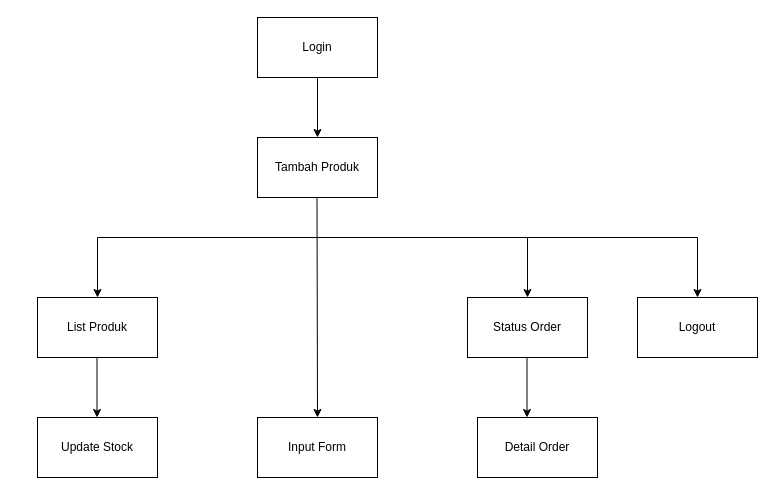
Before: docs/navigation/admin-navigasi.drawio in EvandriRidho/Rizquna-Bakery, a draw.io diagram. Source tidied: cells renumbered, new cells numbered last; positions are measured from the earlier drawing's top-left corner, leaving out a move shared by most shapes. Both pictures are drawn from the tidied source at 100%, with x=0, y=0 at pixel (37, 17).
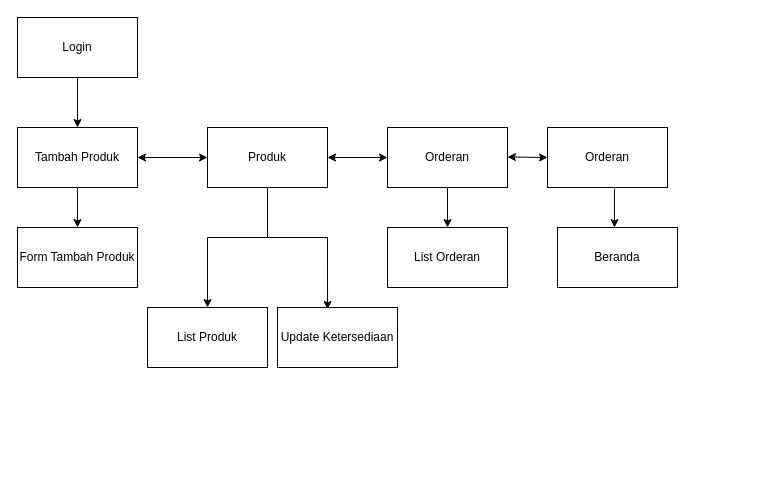
Above is the later version.

Commit message (it also covers changes not shown here):
docs (diagram) : updated admin and user structured naviagtion

Change to the diagram source:
```diff
@@
     <mxCell id="2" value="Login" style="rounded=0;whiteSpace=wrap;html=1;" parent="1" vertex="1">
-      <mxGeometry x="220" width="120" height="60" as="geometry" />
+      <mxGeometry x="-20" width="120" height="60" as="geometry" />
     </mxCell>
-    <mxCell id="3" style="endArrow=classic;html=1;rounded=0;" parent="1" edge="1" source="2">
-      <mxGeometry relative="1" as="geometry">
-        <mxPoint x="280" y="120" as="targetPoint" />
-      </mxGeometry>
+    <mxCell id="3" style="endArrow=classic;html=1;rounded=0;" parent="1" edge="1" source="2" target="4">
+      <mxGeometry relative="1" as="geometry" />
     </mxCell>
     <mxCell id="4" value="Tambah Produk" style="rounded=0;whiteSpace=wrap;html=1;" parent="1" vertex="1">
-      <mxGeometry x="220" y="120" width="120" height="60" as="geometry" />
+      <mxGeometry x="-20" y="110" width="120" height="60" as="geometry" />
     </mxCell>
-    <mxCell id="5" style="endArrow=classic;html=1;rounded=0;entryX=0.5;entryY=0;entryDx=0;entryDy=0;" parent="1" edge="1" target="13">
-      <mxGeometry relative="1" as="geometry">
-        <mxPoint x="279.5" y="180" as="sourcePoint" />
-      </mxGeometry>
-    </mxCell>
-    <mxCell id="6" style="endArrow=none;html=1;rounded=0;" parent="1" edge="1">
-      <mxGeometry relative="1" as="geometry">
-        <mxPoint x="60" y="220" as="sourcePoint" />
-        <mxPoint x="490" y="220" as="targetPoint" />
-      </mxGeometry>
-    </mxCell>
-    <mxCell id="7" style="endArrow=classic;html=1;rounded=0;" parent="1" edge="1">
-      <mxGeometry relative="1" as="geometry">
-        <mxPoint x="60" y="220" as="sourcePoint" />
-        <mxPoint x="60" y="280" as="targetPoint" />
-      </mxGeometry>
-    </mxCell>
-    <mxCell id="8" style="endArrow=classic;html=1;rounded=0;" parent="1" edge="1">
-      <mxGeometry relative="1" as="geometry">
-        <mxPoint x="490" y="220" as="sourcePoint" />
-        <mxPoint x="490" y="280" as="targetPoint" />
-      </mxGeometry>
-    </mxCell>
+    <mxCell id="19" style="endArrow=classic;startArrow=classic;html=1;rounded=0;exitX=1;exitY=0.5;exitDx=0;exitDy=0;entryX=0;entryY=0.5;entryDx=0;entryDy=0;" parent="1" edge="1" source="4" target="20">
+      <mxGeometry relative="1" as="geometry" />
+    </mxCell>
+    <mxCell id="20" value="Produk" style="rounded=0;whiteSpace=wrap;html=1;" parent="1" vertex="1">
+      <mxGeometry x="170" y="110" width="120" height="60" as="geometry" />
+    </mxCell>
+    <mxCell id="21" style="endArrow=classic;startArrow=classic;html=1;rounded=0;exitX=1;exitY=0.5;exitDx=0;exitDy=0;entryX=0;entryY=0.5;entryDx=0;entryDy=0;" parent="1" edge="1" source="20" target="22">
+      <mxGeometry relative="1" as="geometry" />
+    </mxCell>
+    <mxCell id="22" value="Orderan" style="rounded=0;whiteSpace=wrap;html=1;" parent="1" vertex="1">
+      <mxGeometry x="350" y="110" width="120" height="60" as="geometry" />
+    </mxCell>
+    <mxCell id="23" style="endArrow=classic;html=1;rounded=0;exitX=0.5;exitY=1;exitDx=0;exitDy=0;" parent="1" edge="1" source="22">
+      <mxGeometry relative="1" as="geometry">
+        <mxPoint x="410" y="210" as="targetPoint" />
+      </mxGeometry>
+    </mxCell>
+    <mxCell id="24" value="List Orderan" style="rounded=0;whiteSpace=wrap;html=1;" parent="1" vertex="1">
+      <mxGeometry x="350" y="210" width="120" height="60" as="geometry" />
+    </mxCell>
+    <mxCell id="25" value="Orderan" style="rounded=0;whiteSpace=wrap;html=1;" parent="1" vertex="1">
+      <mxGeometry x="510" y="110" width="120" height="60" as="geometry" />
+    </mxCell>
+    <mxCell id="26" style="endArrow=classic;startArrow=classic;html=1;rounded=0;exitX=1;exitY=0.5;exitDx=0;exitDy=0;" parent="1" edge="1">
+      <mxGeometry relative="1" as="geometry">
+        <mxPoint x="470" y="139.5" as="sourcePoint" />
+        <mxPoint x="510" y="140" as="targetPoint" />
+      </mxGeometry>
+    </mxCell>
+    <mxCell id="27" style="endArrow=classic;html=1;rounded=0;exitX=0.558;exitY=1.017;exitDx=0;exitDy=0;exitPerimeter=0;" parent="1" edge="1" source="25">
+      <mxGeometry relative="1" as="geometry">
+        <mxPoint x="577" y="210" as="targetPoint" />
+      </mxGeometry>
+    </mxCell>
+    <mxCell id="28" value="Beranda" style="rounded=0;whiteSpace=wrap;html=1;" parent="1" vertex="1">
+      <mxGeometry x="520" y="210" width="120" height="60" as="geometry" />
+    </mxCell>
+    <mxCell id="29" style="endArrow=classic;html=1;rounded=0;exitX=0.5;exitY=1;exitDx=0;exitDy=0;" parent="1" edge="1" source="4">
+      <mxGeometry relative="1" as="geometry">
+        <mxPoint x="40" y="210" as="targetPoint" />
+      </mxGeometry>
+    </mxCell>
+    <mxCell id="30" value="Form Tambah Produk" style="rounded=0;whiteSpace=wrap;html=1;" parent="1" vertex="1">
+      <mxGeometry x="-20" y="210" width="120" height="60" as="geometry" />
+    </mxCell>
+    <mxCell id="31" style="endArrow=none;html=1;rounded=0;" parent="1" edge="1">
+      <mxGeometry relative="1" as="geometry">
+        <mxPoint x="230" y="220" as="sourcePoint" />
+        <mxPoint x="230" y="170" as="targetPoint" />
+      </mxGeometry>
+    </mxCell>
+    <mxCell id="32" style="endArrow=none;html=1;rounded=0;" parent="1" edge="1">
+      <mxGeometry relative="1" as="geometry">
+        <mxPoint x="170" y="220" as="sourcePoint" />
+        <mxPoint x="290" y="220" as="targetPoint" />
+        <Array as="points">
+          <mxPoint x="230" y="220" />
+        </Array>
+      </mxGeometry>
+    </mxCell>
+    <mxCell id="33" style="endArrow=classic;html=1;rounded=0;entryX=0.5;entryY=0;entryDx=0;entryDy=0;" parent="1" edge="1" target="9">
+      <mxGeometry relative="1" as="geometry">
+        <mxPoint x="170" y="220" as="sourcePoint" />
+      </mxGeometry>
+    </mxCell>
+    <mxCell id="34" style="endArrow=classic;html=1;rounded=0;entryX=0.417;entryY=0.033;entryDx=0;entryDy=0;entryPerimeter=0;" parent="1" edge="1" target="35">
+      <mxGeometry relative="1" as="geometry">
+        <mxPoint x="290" y="220" as="sourcePoint" />
+      </mxGeometry>
+    </mxCell>
     <mxCell id="9" value="List Produk" style="rounded=0;whiteSpace=wrap;html=1;" parent="1" vertex="1">
-      <mxGeometry y="280" width="120" height="60" as="geometry" />
+      <mxGeometry x="110" y="290" width="120" height="60" as="geometry" />
     </mxCell>
-    <mxCell id="10" value="Status Order" style="rounded=0;whiteSpace=wrap;html=1;" parent="1" vertex="1">
-      <mxGeometry x="430" y="280" width="120" height="60" as="geometry" />
-    </mxCell>
-    <mxCell id="11" style="endArrow=classic;html=1;rounded=0;" parent="1" edge="1">
-      <mxGeometry relative="1" as="geometry">
-        <mxPoint x="59.5" y="340" as="sourcePoint" />
-        <mxPoint x="59.5" y="400" as="targetPoint" />
-      </mxGeometry>
-    </mxCell>
-    <mxCell id="12" value="Update Stock" style="rounded=0;whiteSpace=wrap;html=1;" parent="1" vertex="1">
-      <mxGeometry y="400" width="120" height="60" as="geometry" />
-    </mxCell>
-    <mxCell id="13" value="Input Form" style="rounded=0;whiteSpace=wrap;html=1;" parent="1" vertex="1">
-      <mxGeometry x="220" y="400" width="120" height="60" as="geometry" />
-    </mxCell>
-    <mxCell id="14" style="endArrow=none;html=1;rounded=0;" parent="1" edge="1">
-      <mxGeometry relative="1" as="geometry">
-        <mxPoint x="490" y="220" as="sourcePoint" />
-        <mxPoint x="660" y="220" as="targetPoint" />
-      </mxGeometry>
-    </mxCell>
-    <mxCell id="15" style="endArrow=classic;html=1;rounded=0;" parent="1" edge="1">
-      <mxGeometry relative="1" as="geometry">
-        <mxPoint x="660" y="220" as="sourcePoint" />
-        <mxPoint x="660" y="280" as="targetPoint" />
-      </mxGeometry>
-    </mxCell>
-    <mxCell id="16" value="Logout" style="rounded=0;whiteSpace=wrap;html=1;" parent="1" vertex="1">
-      <mxGeometry x="600" y="280" width="120" height="60" as="geometry" />
-    </mxCell>
-    <mxCell id="17" style="endArrow=classic;html=1;rounded=0;" parent="1" edge="1">
-      <mxGeometry relative="1" as="geometry">
-        <mxPoint x="489.5" y="340" as="sourcePoint" />
-        <mxPoint x="489.5" y="400" as="targetPoint" />
-      </mxGeometry>
-    </mxCell>
-    <mxCell id="18" value="Detail Order" style="rounded=0;whiteSpace=wrap;html=1;" parent="1" vertex="1">
-      <mxGeometry x="440" y="400" width="120" height="60" as="geometry" />
-    </mxCell>
+    <mxCell id="35" value="Update Ketersediaan" style="rounded=0;whiteSpace=wrap;html=1;" parent="1" vertex="1">
+      <mxGeometry x="240" y="290" width="120" height="60" as="geometry" />
+    </mxCell>
```
